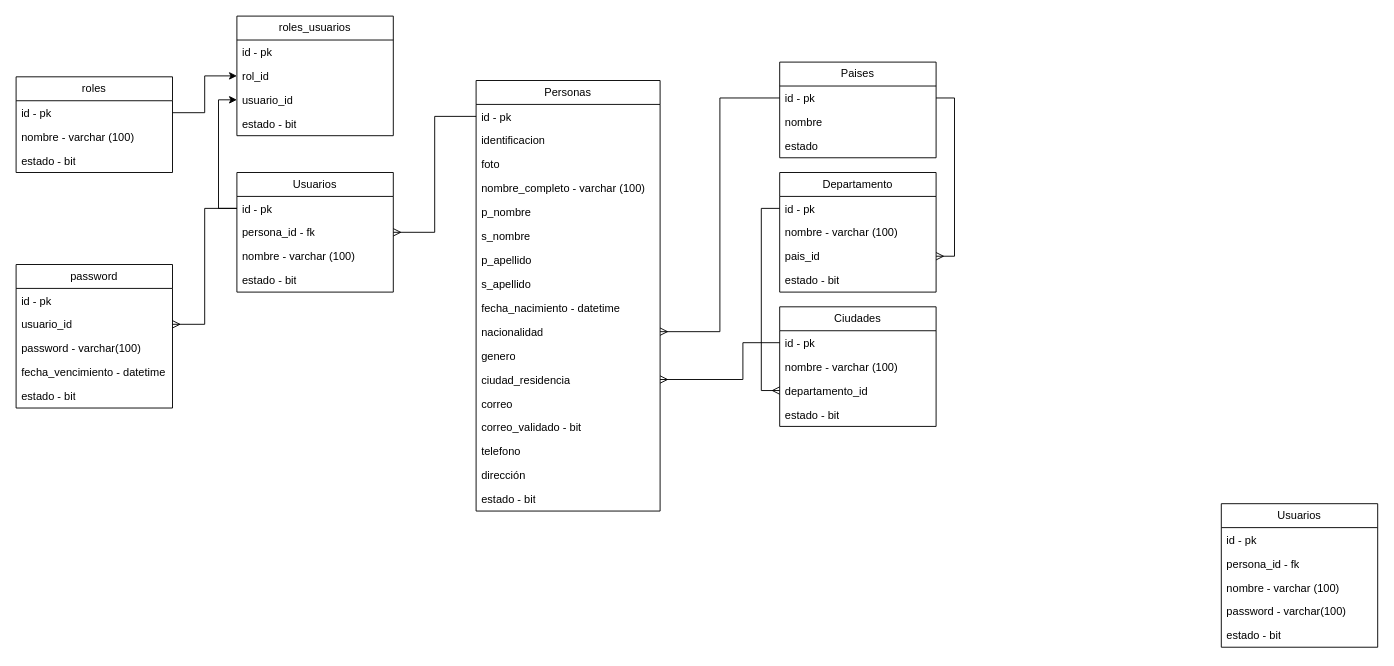
Above: Diagrama sin título.drawio in AustinVM/diagram-project-store (draw.io), before the change. Source tidied: cells renumbered, new cells numbered last; positions are measured from the earlier drawing's top-left corner, leaving out a move shared by most shapes. Both pictures are drawn from the tidied source at 92%, with x=0, y=0 at pixel (16, 16).
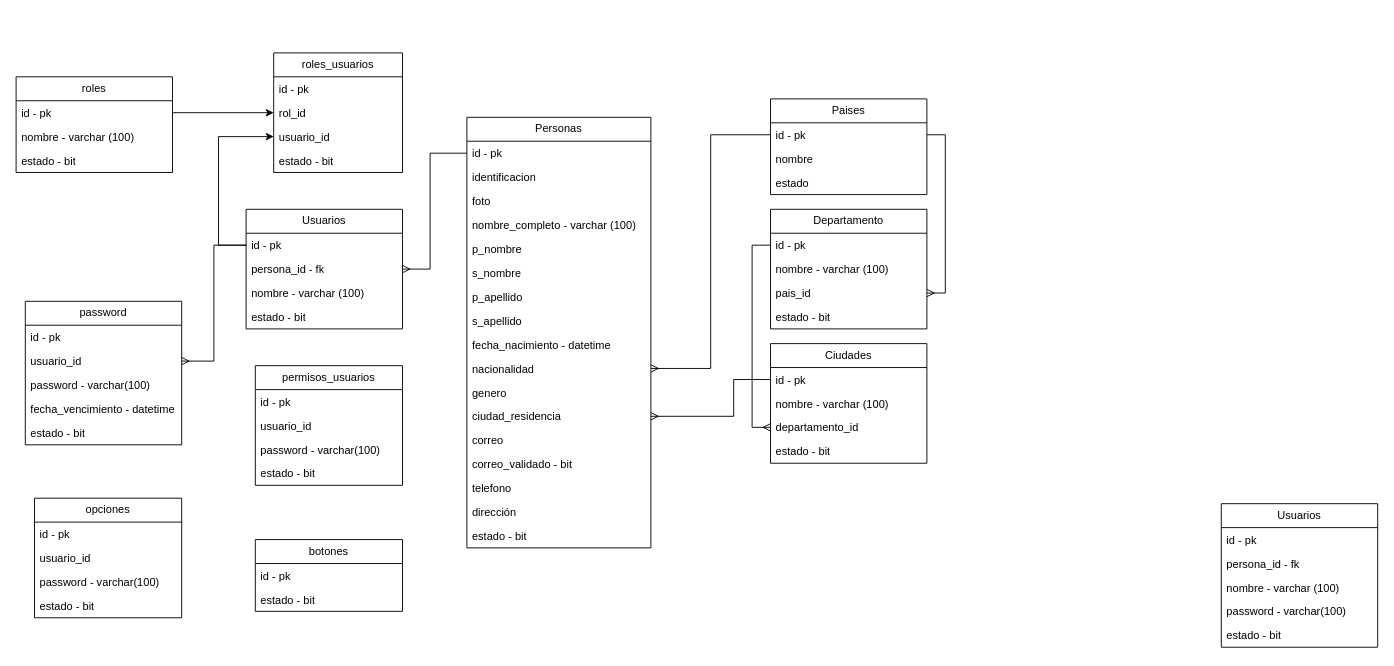
The same diagram, later.

The change refers to these unchanged cells:
```xml
<mxCell id="3" value="id - pk&amp;nbsp;" style="text;strokeColor=none;fillColor=none;align=left;verticalAlign=top;spacingLeft=4;spacingRight=4;overflow=hidden;points=[[0,0.5],[1,0.5]];portConstraint=eastwest;whiteSpace=wrap;html=1;" parent="2" vertex="1">
  <mxGeometry y="26" width="170" height="26" as="geometry" />
</mxCell>
<mxCell id="4" value="persona_id - fk" style="text;strokeColor=none;fillColor=none;align=left;verticalAlign=top;spacingLeft=4;spacingRight=4;overflow=hidden;points=[[0,0.5],[1,0.5]];portConstraint=eastwest;whiteSpace=wrap;html=1;" parent="2" vertex="1">
  <mxGeometry y="52" width="170" height="26" as="geometry" />
</mxCell>
<mxCell id="8" value="id - pk&amp;nbsp;" style="text;strokeColor=none;fillColor=none;align=left;verticalAlign=top;spacingLeft=4;spacingRight=4;overflow=hidden;points=[[0,0.5],[1,0.5]];portConstraint=eastwest;whiteSpace=wrap;html=1;" parent="7" vertex="1">
  <mxGeometry y="26" width="200" height="26" as="geometry" />
</mxCell>
<mxCell id="19" value="ciudad_residencia&lt;div&gt;&lt;br&gt;&lt;/div&gt;" style="text;strokeColor=none;fillColor=none;align=left;verticalAlign=top;spacingLeft=4;spacingRight=4;overflow=hidden;points=[[0,0.5],[1,0.5]];portConstraint=eastwest;whiteSpace=wrap;html=1;" parent="7" vertex="1">
  <mxGeometry y="312" width="200" height="26" as="geometry" />
</mxCell>
<mxCell id="27" value="id - pk&amp;nbsp;" style="text;strokeColor=none;fillColor=none;align=left;verticalAlign=top;spacingLeft=4;spacingRight=4;overflow=hidden;points=[[0,0.5],[1,0.5]];portConstraint=eastwest;whiteSpace=wrap;html=1;" parent="26" vertex="1">
  <mxGeometry y="26" width="170" height="26" as="geometry" />
</mxCell>
<mxCell id="33" value="pais_id" style="text;strokeColor=none;fillColor=none;align=left;verticalAlign=top;spacingLeft=4;spacingRight=4;overflow=hidden;points=[[0,0.5],[1,0.5]];portConstraint=eastwest;whiteSpace=wrap;html=1;" parent="30" vertex="1">
  <mxGeometry y="78" width="170" height="26" as="geometry" />
</mxCell>
<mxCell id="42" value="id - pk&amp;nbsp;" style="text;strokeColor=none;fillColor=none;align=left;verticalAlign=top;spacingLeft=4;spacingRight=4;overflow=hidden;points=[[0,0.5],[1,0.5]];portConstraint=eastwest;whiteSpace=wrap;html=1;" parent="41" vertex="1">
  <mxGeometry y="26" width="170" height="26" as="geometry" />
</mxCell>
```

The edit, as a diff of the source:
```diff
@@
     <mxCell id="2" value="Usuarios" style="swimlane;fontStyle=0;horizontal=1;startSize=26;fillColor=none;whiteSpace=wrap;html=1;" parent="1" vertex="1">
-      <mxGeometry x="240" y="170" width="170" height="130" as="geometry" />
+      <mxGeometry x="250" y="210" width="170" height="130" as="geometry" />
     </mxCell>
@@
     <mxCell id="7" value="Personas" style="swimlane;fontStyle=0;horizontal=1;startSize=26;fillColor=none;whiteSpace=wrap;html=1;" parent="1" vertex="1">
-      <mxGeometry x="500" y="70" width="200" height="468" as="geometry" />
+      <mxGeometry x="490" y="110" width="200" height="468" as="geometry" />
     </mxCell>
@@
     <mxCell id="25" style="edgeStyle=orthogonalEdgeStyle;rounded=0;jettySize=auto;html=1;entryX=1;entryY=0.5;entryDx=0;entryDy=0;endArrow=ERmany;endFill=0;" parent="1" edge="1" source="8" target="4">
-      <mxGeometry relative="1" as="geometry" />
+      <mxGeometry relative="1" as="geometry">
+        <Array as="points">
+          <mxPoint x="450" y="149" />
+          <mxPoint x="450" y="275" />
+        </Array>
+      </mxGeometry>
     </mxCell>
     <mxCell id="26" value="Paises" style="swimlane;fontStyle=0;horizontal=1;startSize=26;fillColor=none;whiteSpace=wrap;html=1;" parent="1" vertex="1">
-      <mxGeometry x="830" y="50" width="170" height="104" as="geometry" />
+      <mxGeometry x="820" y="90" width="170" height="104" as="geometry" />
     </mxCell>
@@
     <mxCell id="30" value="Departamento" style="swimlane;fontStyle=0;horizontal=1;startSize=26;fillColor=none;whiteSpace=wrap;html=1;" parent="1" vertex="1">
-      <mxGeometry x="830" y="170" width="170" height="130" as="geometry" />
+      <mxGeometry x="820" y="210" width="170" height="130" as="geometry" />
     </mxCell>
@@
     <mxCell id="41" value="Ciudades" style="swimlane;fontStyle=0;horizontal=1;startSize=26;fillColor=none;whiteSpace=wrap;html=1;" parent="1" vertex="1">
-      <mxGeometry x="830" y="316" width="170" height="130" as="geometry" />
+      <mxGeometry x="820" y="356" width="170" height="130" as="geometry" />
     </mxCell>
@@
     <mxCell id="46" style="edgeStyle=orthogonalEdgeStyle;rounded=0;jettySize=auto;html=1;entryX=1;entryY=0.5;entryDx=0;entryDy=0;endArrow=ERmany;endFill=0;" parent="1" edge="1" source="27" target="33">
       <mxGeometry relative="1" as="geometry">
         <Array as="points">
-          <mxPoint x="1020" y="89" />
-          <mxPoint x="1020" y="261" />
+          <mxPoint x="1010" y="129" />
+          <mxPoint x="1010" y="301" />
         </Array>
       </mxGeometry>
     </mxCell>
@@
     <mxCell id="49" style="edgeStyle=orthogonalEdgeStyle;rounded=0;jettySize=auto;html=1;entryX=1;entryY=0.5;entryDx=0;entryDy=0;endArrow=ERmany;endFill=0;" parent="1" edge="1" source="42" target="19">
       <mxGeometry relative="1" as="geometry">
         <Array as="points">
-          <mxPoint x="790" y="355" />
-          <mxPoint x="790" y="395" />
+          <mxPoint x="780" y="395" />
+          <mxPoint x="780" y="435" />
         </Array>
       </mxGeometry>
     </mxCell>
     <mxCell id="50" value="password" style="swimlane;fontStyle=0;horizontal=1;startSize=26;fillColor=none;whiteSpace=wrap;html=1;" parent="1" vertex="1">
-      <mxGeometry y="270" width="170" height="156" as="geometry" />
+      <mxGeometry x="10" y="310" width="170" height="156" as="geometry" />
     </mxCell>
@@
     <mxCell id="61" value="roles_usuarios" style="swimlane;fontStyle=0;horizontal=1;startSize=26;fillColor=none;whiteSpace=wrap;html=1;" parent="1" vertex="1">
-      <mxGeometry x="240" width="170" height="130" as="geometry" />
+      <mxGeometry x="280" y="40" width="140" height="130" as="geometry" />
     </mxCell>
     <mxCell id="62" value="id - pk&amp;nbsp;" style="text;strokeColor=none;fillColor=none;align=left;verticalAlign=top;spacingLeft=4;spacingRight=4;overflow=hidden;whiteSpace=wrap;html=1;" parent="61" vertex="1">
-      <mxGeometry y="26" width="170" height="26" as="geometry" />
+      <mxGeometry y="26" width="140" height="26" as="geometry" />
     </mxCell>
     <mxCell id="63" value="rol_id" style="text;strokeColor=none;fillColor=none;align=left;verticalAlign=top;spacingLeft=4;spacingRight=4;overflow=hidden;points=[[0,0.5],[1,0.5]];portConstraint=eastwest;whiteSpace=wrap;html=1;" parent="61" vertex="1">
-      <mxGeometry y="52" width="170" height="26" as="geometry" />
+      <mxGeometry y="52" width="140" height="26" as="geometry" />
     </mxCell>
     <mxCell id="64" value="usuario_id" style="text;strokeColor=none;fillColor=none;align=left;verticalAlign=top;spacingLeft=4;spacingRight=4;overflow=hidden;points=[[0,0.5],[1,0.5]];portConstraint=eastwest;whiteSpace=wrap;html=1;" parent="61" vertex="1">
-      <mxGeometry y="78" width="170" height="26" as="geometry" />
+      <mxGeometry y="78" width="140" height="26" as="geometry" />
     </mxCell>
     <mxCell id="65" value="estado - bit" style="text;strokeColor=none;fillColor=none;align=left;verticalAlign=top;spacingLeft=4;spacingRight=4;overflow=hidden;whiteSpace=wrap;html=1;" parent="61" vertex="1">
-      <mxGeometry y="104" width="170" height="26" as="geometry" />
+      <mxGeometry y="104" width="140" height="26" as="geometry" />
     </mxCell>
@@
     <mxCell id="67" style="edgeStyle=orthogonalEdgeStyle;rounded=0;jettySize=auto;html=1;entryX=0;entryY=0.5;entryDx=0;entryDy=0;" parent="1" edge="1" source="3" target="64">
-      <mxGeometry relative="1" as="geometry" />
+      <mxGeometry relative="1" as="geometry">
+        <Array as="points">
+          <mxPoint x="220" y="249" />
+          <mxPoint x="220" y="131" />
+        </Array>
+      </mxGeometry>
     </mxCell>
+    <mxCell id="68" value="permisos_usuarios" style="swimlane;fontStyle=0;horizontal=1;startSize=26;fillColor=none;whiteSpace=wrap;html=1;" parent="1" vertex="1">
+      <mxGeometry x="260" y="380" width="160" height="130" as="geometry" />
+    </mxCell>
+    <mxCell id="69" value="id - pk&amp;nbsp;" style="text;strokeColor=none;fillColor=none;align=left;verticalAlign=top;spacingLeft=4;spacingRight=4;overflow=hidden;whiteSpace=wrap;html=1;" parent="68" vertex="1">
+      <mxGeometry y="26" width="160" height="26" as="geometry" />
+    </mxCell>
+    <mxCell id="70" value="usuario_id" style="text;strokeColor=none;fillColor=none;align=left;verticalAlign=top;spacingLeft=4;spacingRight=4;overflow=hidden;whiteSpace=wrap;html=1;" parent="68" vertex="1">
+      <mxGeometry y="52" width="160" height="26" as="geometry" />
+    </mxCell>
+    <mxCell id="71" value="password - varchar(100)" style="text;strokeColor=none;fillColor=none;align=left;verticalAlign=top;spacingLeft=4;spacingRight=4;overflow=hidden;whiteSpace=wrap;html=1;" parent="68" vertex="1">
+      <mxGeometry y="78" width="160" height="26" as="geometry" />
+    </mxCell>
+    <mxCell id="72" value="estado - bit" style="text;strokeColor=none;fillColor=none;align=left;verticalAlign=top;spacingLeft=4;spacingRight=4;overflow=hidden;whiteSpace=wrap;html=1;" parent="68" vertex="1">
+      <mxGeometry y="104" width="160" height="26" as="geometry" />
+    </mxCell>
+    <mxCell id="73" value="botones" style="swimlane;fontStyle=0;horizontal=1;startSize=26;fillColor=none;whiteSpace=wrap;html=1;" parent="1" vertex="1">
+      <mxGeometry x="260" y="569" width="160" height="78" as="geometry" />
+    </mxCell>
+    <mxCell id="74" value="id - pk&amp;nbsp;" style="text;strokeColor=none;fillColor=none;align=left;verticalAlign=top;spacingLeft=4;spacingRight=4;overflow=hidden;whiteSpace=wrap;html=1;" parent="73" vertex="1">
+      <mxGeometry y="26" width="160" height="26" as="geometry" />
+    </mxCell>
+    <mxCell id="75" value="estado - bit" style="text;strokeColor=none;fillColor=none;align=left;verticalAlign=top;spacingLeft=4;spacingRight=4;overflow=hidden;whiteSpace=wrap;html=1;" parent="73" vertex="1">
+      <mxGeometry y="52" width="160" height="26" as="geometry" />
+    </mxCell>
+    <mxCell id="76" value="opciones" style="swimlane;fontStyle=0;horizontal=1;startSize=26;fillColor=none;whiteSpace=wrap;html=1;" parent="1" vertex="1">
+      <mxGeometry x="20" y="524" width="160" height="130" as="geometry" />
+    </mxCell>
+    <mxCell id="77" value="id - pk&amp;nbsp;" style="text;strokeColor=none;fillColor=none;align=left;verticalAlign=top;spacingLeft=4;spacingRight=4;overflow=hidden;whiteSpace=wrap;html=1;" parent="76" vertex="1">
+      <mxGeometry y="26" width="160" height="26" as="geometry" />
+    </mxCell>
+    <mxCell id="78" value="usuario_id" style="text;strokeColor=none;fillColor=none;align=left;verticalAlign=top;spacingLeft=4;spacingRight=4;overflow=hidden;whiteSpace=wrap;html=1;" parent="76" vertex="1">
+      <mxGeometry y="52" width="160" height="26" as="geometry" />
+    </mxCell>
+    <mxCell id="79" value="password - varchar(100)" style="text;strokeColor=none;fillColor=none;align=left;verticalAlign=top;spacingLeft=4;spacingRight=4;overflow=hidden;whiteSpace=wrap;html=1;" parent="76" vertex="1">
+      <mxGeometry y="78" width="160" height="26" as="geometry" />
+    </mxCell>
+    <mxCell id="80" value="estado - bit" style="text;strokeColor=none;fillColor=none;align=left;verticalAlign=top;spacingLeft=4;spacingRight=4;overflow=hidden;whiteSpace=wrap;html=1;" parent="76" vertex="1">
+      <mxGeometry y="104" width="160" height="26" as="geometry" />
+    </mxCell>
```
